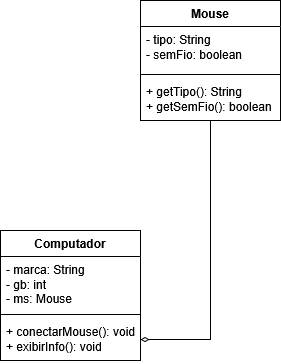
Earlier version of the draw.io export Front/AprendaAlgoritmos/imagens/diagrama-agregacao.png (useruser1985official/ProjetosSitesCriados). Source tidied: cells renumbered, new cells last; positions are measured from the earlier drawing's top-left corner, leaving out a move shared by most shapes. Its diagram source:
```xml
<mxGraphModel>
  <root>
    <mxCell id="0" />
    <mxCell id="1" parent="0" />
    <mxCell id="2" style="edgeStyle=orthogonalEdgeStyle;rounded=0;jettySize=auto;html=1;entryX=1;entryY=0.5;entryDx=0;entryDy=0;endArrow=diamondThin;endFill=0;" parent="1" edge="1" source="3" target="10">
      <mxGeometry relative="1" as="geometry" />
    </mxCell>
    <mxCell id="3" value="Mouse" style="swimlane;fontStyle=1;align=center;verticalAlign=top;horizontal=1;startSize=26;whiteSpace=wrap;html=1;labelBackgroundColor=none;fillColor=default;fillStyle=auto;swimlaneFillColor=default;" parent="1" vertex="1">
      <mxGeometry x="140" width="140" height="120" as="geometry" />
    </mxCell>
    <mxCell id="4" value="- tipo: String&lt;br&gt;- semFio: boolean" style="text;align=left;verticalAlign=top;spacingLeft=4;spacingRight=4;overflow=hidden;whiteSpace=wrap;html=1;labelBackgroundColor=none;" parent="3" vertex="1">
      <mxGeometry y="26" width="140" height="44" as="geometry" />
    </mxCell>
    <mxCell id="5" style="line;strokeWidth=1;fillColor=none;align=left;verticalAlign=middle;spacingTop=-1;spacingLeft=3;spacingRight=3;labelPosition=right;labelBackgroundColor=none;" parent="3" vertex="1">
      <mxGeometry y="70" width="140" height="8" as="geometry" />
    </mxCell>
    <mxCell id="6" value="+ getTipo(): String&lt;br&gt;+ getSemFio(): boolean" style="text;strokeColor=none;fillColor=none;align=left;verticalAlign=top;spacingLeft=4;spacingRight=4;overflow=hidden;whiteSpace=wrap;html=1;labelBackgroundColor=none;" parent="3" vertex="1">
      <mxGeometry y="78" width="140" height="42" as="geometry" />
    </mxCell>
    <mxCell id="7" value="Computador" style="swimlane;fontStyle=1;align=center;verticalAlign=top;horizontal=1;startSize=26;whiteSpace=wrap;html=1;labelBackgroundColor=none;fillColor=default;fillStyle=auto;swimlaneFillColor=default;" parent="1" vertex="1">
      <mxGeometry y="230" width="140" height="130" as="geometry" />
    </mxCell>
    <mxCell id="8" value="- marca: String&lt;br&gt;- gb: int&lt;br&gt;- ms: Mouse" style="text;align=left;verticalAlign=top;spacingLeft=4;spacingRight=4;overflow=hidden;whiteSpace=wrap;html=1;labelBackgroundColor=none;" parent="7" vertex="1">
      <mxGeometry y="26" width="140" height="54" as="geometry" />
    </mxCell>
    <mxCell id="9" style="line;strokeWidth=1;fillColor=none;align=left;verticalAlign=middle;spacingTop=-1;spacingLeft=3;spacingRight=3;labelPosition=right;labelBackgroundColor=none;" parent="7" vertex="1">
      <mxGeometry y="80" width="140" height="8" as="geometry" />
    </mxCell>
    <mxCell id="10" value="+ conectarMouse(): void&lt;br&gt;+ exibirInfo(): void" style="text;strokeColor=none;fillColor=none;align=left;verticalAlign=top;spacingLeft=4;spacingRight=4;overflow=hidden;points=[[0,0.5],[1,0.5]];portConstraint=eastwest;whiteSpace=wrap;html=1;labelBackgroundColor=none;" parent="7" vertex="1">
      <mxGeometry y="88" width="140" height="42" as="geometry" />
    </mxCell>
  </root>
</mxGraphModel>
```
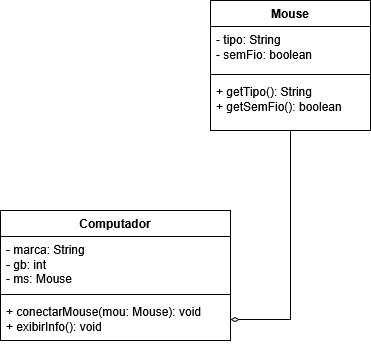
The same file after the commit.

Change to the diagram source:
```diff
@@ -2,32 +2,32 @@
   <root>
     <mxCell id="0" />
     <mxCell id="1" parent="0" />
-    <mxCell id="2" style="edgeStyle=orthogonalEdgeStyle;rounded=0;jettySize=auto;html=1;entryX=1;entryY=0.5;entryDx=0;entryDy=0;endArrow=diamondThin;endFill=0;" parent="1" edge="1" source="3" target="10">
-      <mxGeometry relative="1" as="geometry" />
-    </mxCell>
+    <mxCell id="11" style="edgeStyle=orthogonalEdgeStyle;rounded=0;jettySize=auto;html=1;entryX=1;entryY=0.5;entryDx=0;entryDy=0;endArrow=diamondThin;endFill=0;" parent="1" edge="1" source="3" target="14">
+      <mxGeometry relative="1" as="geometry" />
+    </mxCell>
-    <mxCell id="3" value="Mouse" style="swimlane;fontStyle=1;align=center;verticalAlign=top;horizontal=1;startSize=26;whiteSpace=wrap;html=1;labelBackgroundColor=none;fillColor=default;fillStyle=auto;swimlaneFillColor=default;" parent="1" vertex="1">
-      <mxGeometry x="140" width="140" height="120" as="geometry" />
+    <mxCell id="3" value="Mouse" style="swimlane;fontStyle=1;align=center;verticalAlign=top;horizontal=1;startSize=26;whiteSpace=wrap;html=1;" parent="1" vertex="1">
+      <mxGeometry x="210" y="10" width="160" height="130" as="geometry" />
     </mxCell>
-    <mxCell id="4" value="- tipo: String&lt;br&gt;- semFio: boolean" style="text;align=left;verticalAlign=top;spacingLeft=4;spacingRight=4;overflow=hidden;whiteSpace=wrap;html=1;labelBackgroundColor=none;" parent="3" vertex="1">
-      <mxGeometry y="26" width="140" height="44" as="geometry" />
+    <mxCell id="4" value="&lt;div&gt;- tipo: String&lt;/div&gt;&lt;div&gt;- semFio: boolean&lt;/div&gt;" style="text;strokeColor=none;fillColor=none;align=left;verticalAlign=top;spacingLeft=4;spacingRight=4;overflow=hidden;whiteSpace=wrap;html=1;" parent="3" vertex="1">
+      <mxGeometry y="26" width="160" height="44" as="geometry" />
     </mxCell>
-    <mxCell id="5" style="line;strokeWidth=1;fillColor=none;align=left;verticalAlign=middle;spacingTop=-1;spacingLeft=3;spacingRight=3;labelPosition=right;labelBackgroundColor=none;" parent="3" vertex="1">
-      <mxGeometry y="70" width="140" height="8" as="geometry" />
-    </mxCell>
+    <mxCell id="12" style="line;strokeWidth=1;fillColor=none;align=left;verticalAlign=middle;spacingTop=-1;spacingLeft=3;spacingRight=3;labelPosition=right;strokeColor=inherit;" parent="3" vertex="1">
+      <mxGeometry y="70" width="160" height="8" as="geometry" />
+    </mxCell>
-    <mxCell id="6" value="+ getTipo(): String&lt;br&gt;+ getSemFio(): boolean" style="text;strokeColor=none;fillColor=none;align=left;verticalAlign=top;spacingLeft=4;spacingRight=4;overflow=hidden;whiteSpace=wrap;html=1;labelBackgroundColor=none;" parent="3" vertex="1">
-      <mxGeometry y="78" width="140" height="42" as="geometry" />
+    <mxCell id="6" value="&lt;div&gt;+ getTipo(): String&lt;/div&gt;&lt;div&gt;+ getSemFio(): boolean&lt;/div&gt;" style="text;strokeColor=none;fillColor=none;align=left;verticalAlign=top;spacingLeft=4;spacingRight=4;overflow=hidden;whiteSpace=wrap;html=1;" parent="3" vertex="1">
+      <mxGeometry y="78" width="160" height="52" as="geometry" />
     </mxCell>
-    <mxCell id="7" value="Computador" style="swimlane;fontStyle=1;align=center;verticalAlign=top;horizontal=1;startSize=26;whiteSpace=wrap;html=1;labelBackgroundColor=none;fillColor=default;fillStyle=auto;swimlaneFillColor=default;" parent="1" vertex="1">
-      <mxGeometry y="230" width="140" height="130" as="geometry" />
+    <mxCell id="7" value="Computador" style="swimlane;fontStyle=1;align=center;verticalAlign=top;horizontal=1;startSize=26;whiteSpace=wrap;html=1;" parent="1" vertex="1">
+      <mxGeometry y="220" width="230" height="130" as="geometry" />
     </mxCell>
-    <mxCell id="8" value="- marca: String&lt;br&gt;- gb: int&lt;br&gt;- ms: Mouse" style="text;align=left;verticalAlign=top;spacingLeft=4;spacingRight=4;overflow=hidden;whiteSpace=wrap;html=1;labelBackgroundColor=none;" parent="7" vertex="1">
-      <mxGeometry y="26" width="140" height="54" as="geometry" />
+    <mxCell id="8" value="&lt;div&gt;- marca: String&lt;/div&gt;&lt;div&gt;- gb: int&lt;/div&gt;&lt;div&gt;- ms: Mouse&lt;/div&gt;" style="text;strokeColor=none;fillColor=none;align=left;verticalAlign=top;spacingLeft=4;spacingRight=4;overflow=hidden;whiteSpace=wrap;html=1;" parent="7" vertex="1">
+      <mxGeometry y="26" width="230" height="54" as="geometry" />
     </mxCell>
-    <mxCell id="9" style="line;strokeWidth=1;fillColor=none;align=left;verticalAlign=middle;spacingTop=-1;spacingLeft=3;spacingRight=3;labelPosition=right;labelBackgroundColor=none;" parent="7" vertex="1">
-      <mxGeometry y="80" width="140" height="8" as="geometry" />
-    </mxCell>
-    <mxCell id="10" value="+ conectarMouse(): void&lt;br&gt;+ exibirInfo(): void" style="text;strokeColor=none;fillColor=none;align=left;verticalAlign=top;spacingLeft=4;spacingRight=4;overflow=hidden;points=[[0,0.5],[1,0.5]];portConstraint=eastwest;whiteSpace=wrap;html=1;labelBackgroundColor=none;" parent="7" vertex="1">
-      <mxGeometry y="88" width="140" height="42" as="geometry" />
-    </mxCell>
+    <mxCell id="13" style="line;strokeWidth=1;fillColor=none;align=left;verticalAlign=middle;spacingTop=-1;spacingLeft=3;spacingRight=3;labelPosition=right;strokeColor=inherit;" parent="7" vertex="1">
+      <mxGeometry y="80" width="230" height="8" as="geometry" />
+    </mxCell>
+    <mxCell id="14" value="&lt;div&gt;+ conectarMouse(mou: Mouse): void&lt;/div&gt;+ exibirInfo(): void" style="text;strokeColor=none;fillColor=none;align=left;verticalAlign=top;spacingLeft=4;spacingRight=4;overflow=hidden;points=[[0,0.5],[1,0.5]];portConstraint=eastwest;whiteSpace=wrap;html=1;" parent="7" vertex="1">
+      <mxGeometry y="88" width="230" height="42" as="geometry" />
+    </mxCell>
   </root>
 </mxGraphModel>
```
